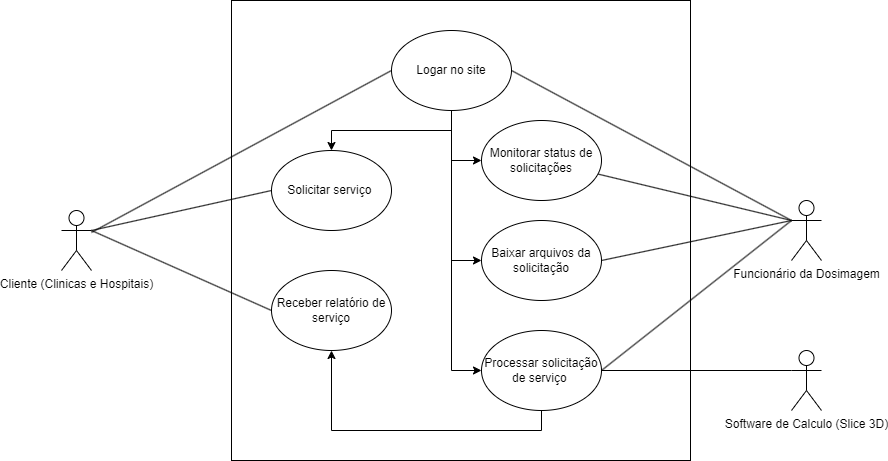
Above: documentos/imgs/casos_de_uso.png in mlutegar/projeto_front_end_ibmec_2024_2 (draw.io), before the change. Source tidied: cells renumbered, new cells last; positions are measured from the earlier drawing's top-left corner, leaving out a move shared by most shapes.
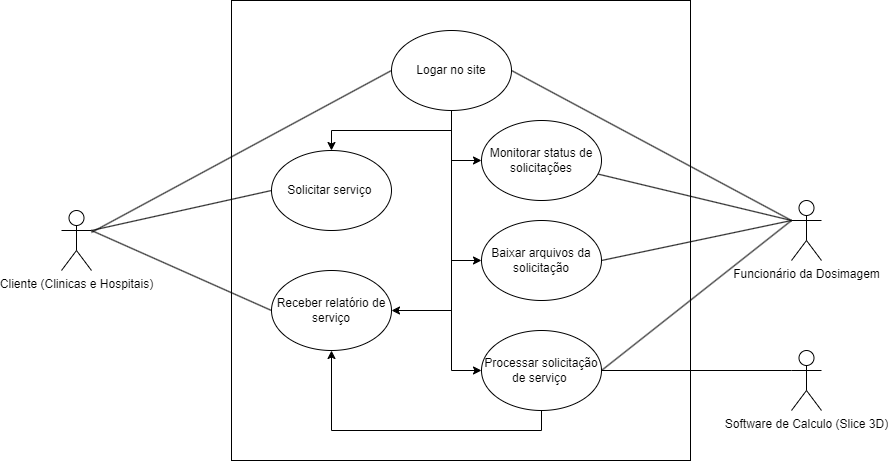
After the change.

Commit message:
atualizando diagrama

Change to the diagram source:
```diff
@@ -26,6 +26,9 @@
     <mxCell id="9" style="edgeStyle=orthogonalEdgeStyle;rounded=0;jettySize=auto;html=1;entryX=0;entryY=0.5;entryDx=0;entryDy=0;" parent="1" edge="1" source="10" target="14">
       <mxGeometry relative="1" as="geometry" />
     </mxCell>
+    <mxCell id="25" style="edgeStyle=orthogonalEdgeStyle;rounded=0;jettySize=auto;html=1;exitX=0.5;exitY=1;exitDx=0;exitDy=0;entryX=1;entryY=0.5;entryDx=0;entryDy=0;" parent="1" edge="1" source="10" target="23">
+      <mxGeometry relative="1" as="geometry" />
+    </mxCell>
     <mxCell id="10" value="Logar no site" style="ellipse;whiteSpace=wrap;html=1;" parent="1" vertex="1">
       <mxGeometry x="330" y="30" width="120" height="80" as="geometry" />
     </mxCell>
```
